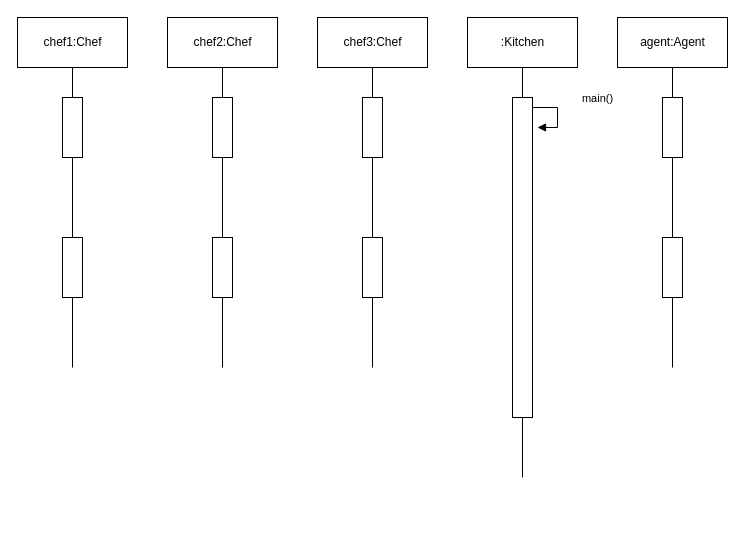
This is page "sequence-UML" (2 of 2) of UML.drawio from trong0dn/sandwich-problem, a draw.io file, before an edit. Source tidied: cells renumbered, new cells numbered last; positions are measured from the earlier drawing's top-left corner, leaving out a move shared by most shapes. Both pictures are drawn from the tidied source at 100%, with x=0, y=0 at pixel (17, 17).
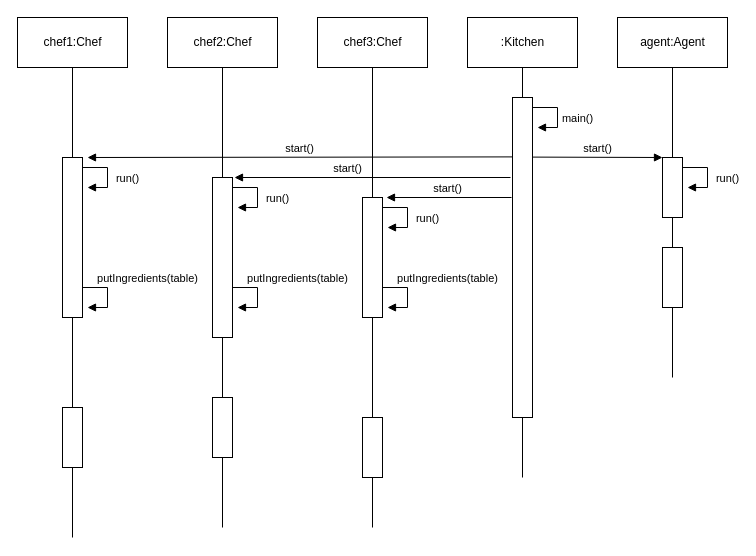
The same page after the edit.

The edit, as a diff of the source:
```diff
@@
     <mxCell id="4" style="rounded=0;whiteSpace=wrap;html=1;" parent="1" vertex="1">
-      <mxGeometry x="645" y="80" width="20" height="60" as="geometry" />
+      <mxGeometry x="645" y="140" width="20" height="60" as="geometry" />
     </mxCell>
     <mxCell id="5" style="rounded=0;whiteSpace=wrap;html=1;" parent="1" vertex="1">
-      <mxGeometry x="645" y="220" width="20" height="60" as="geometry" />
+      <mxGeometry x="645" y="230" width="20" height="60" as="geometry" />
     </mxCell>
@@
     <mxCell id="7" style="endArrow=none;html=1;rounded=0;" parent="1" edge="1" target="5">
       <mxGeometry relative="1" as="geometry">
-        <mxPoint x="655" y="350" as="sourcePoint" />
+        <mxPoint x="655" y="360" as="sourcePoint" />
       </mxGeometry>
     </mxCell>
@@
     <mxCell id="10" style="rounded=0;whiteSpace=wrap;html=1;" parent="1" vertex="1">
-      <mxGeometry x="45" y="80" width="20" height="60" as="geometry" />
+      <mxGeometry x="45" y="140" width="20" height="160" as="geometry" />
     </mxCell>
     <mxCell id="11" style="rounded=0;whiteSpace=wrap;html=1;" parent="1" vertex="1">
-      <mxGeometry x="45" y="220" width="20" height="60" as="geometry" />
+      <mxGeometry x="45" y="390" width="20" height="60" as="geometry" />
     </mxCell>
@@
     <mxCell id="13" style="endArrow=none;html=1;rounded=0;" parent="1" edge="1" target="11">
       <mxGeometry relative="1" as="geometry">
-        <mxPoint x="55" y="350" as="sourcePoint" />
+        <mxPoint x="55" y="520" as="sourcePoint" />
       </mxGeometry>
     </mxCell>
@@
     <mxCell id="16" style="rounded=0;whiteSpace=wrap;html=1;" parent="1" vertex="1">
-      <mxGeometry x="195" y="80" width="20" height="60" as="geometry" />
+      <mxGeometry x="195" y="160" width="20" height="160" as="geometry" />
     </mxCell>
     <mxCell id="17" style="rounded=0;whiteSpace=wrap;html=1;" parent="1" vertex="1">
-      <mxGeometry x="195" y="220" width="20" height="60" as="geometry" />
+      <mxGeometry x="195" y="380" width="20" height="60" as="geometry" />
     </mxCell>
@@
     <mxCell id="19" style="endArrow=none;html=1;rounded=0;" parent="1" edge="1" target="17">
       <mxGeometry relative="1" as="geometry">
-        <mxPoint x="205" y="350" as="sourcePoint" />
+        <mxPoint x="205" y="510" as="sourcePoint" />
       </mxGeometry>
     </mxCell>
@@
     <mxCell id="22" style="rounded=0;whiteSpace=wrap;html=1;" parent="1" vertex="1">
-      <mxGeometry x="345" y="80" width="20" height="60" as="geometry" />
+      <mxGeometry x="345" y="180" width="20" height="120" as="geometry" />
     </mxCell>
     <mxCell id="23" style="rounded=0;whiteSpace=wrap;html=1;" parent="1" vertex="1">
-      <mxGeometry x="345" y="220" width="20" height="60" as="geometry" />
+      <mxGeometry x="345" y="400" width="20" height="60" as="geometry" />
     </mxCell>
@@
     <mxCell id="25" style="endArrow=none;html=1;rounded=0;" parent="1" edge="1" target="23">
       <mxGeometry relative="1" as="geometry">
-        <mxPoint x="355" y="350" as="sourcePoint" />
+        <mxPoint x="355" y="510" as="sourcePoint" />
       </mxGeometry>
     </mxCell>
@@
     <mxCell id="30" value="main()" style="html=1;verticalAlign=bottom;endArrow=block;rounded=0;" parent="1" edge="1">
       <mxGeometry x="0.38" y="-20" relative="1" as="geometry">
         <mxPoint x="515" y="90" as="sourcePoint" />
         <mxPoint x="520" y="110" as="targetPoint" />
         <Array as="points">
           <mxPoint x="540" y="90" />
           <mxPoint x="540" y="110" />
         </Array>
-        <mxPoint x="40" as="offset" />
+        <mxPoint x="20" y="20" as="offset" />
       </mxGeometry>
     </mxCell>
+    <mxCell id="31" value="start()" style="html=1;verticalAlign=bottom;endArrow=block;rounded=0;entryX=0;entryY=0;entryDx=0;entryDy=0;" parent="1" edge="1">
+      <mxGeometry relative="1" as="geometry">
+        <mxPoint x="515" y="139.6" as="sourcePoint" />
+        <mxPoint x="645" y="140" as="targetPoint" />
+      </mxGeometry>
+    </mxCell>
+    <mxCell id="32" value="start()" style="html=1;verticalAlign=bottom;endArrow=block;rounded=0;" parent="1" edge="1">
+      <mxGeometry relative="1" as="geometry">
+        <mxPoint x="495" y="139.4" as="sourcePoint" />
+        <mxPoint x="70" y="140" as="targetPoint" />
+      </mxGeometry>
+    </mxCell>
+    <mxCell id="33" value="start()" style="html=1;verticalAlign=bottom;endArrow=block;rounded=0;" parent="1" edge="1">
+      <mxGeometry x="0.18" relative="1" as="geometry">
+        <mxPoint x="493" y="160" as="sourcePoint" />
+        <mxPoint x="217" y="160" as="targetPoint" />
+      </mxGeometry>
+    </mxCell>
+    <mxCell id="34" value="start()" style="html=1;verticalAlign=bottom;endArrow=block;rounded=0;" parent="1" edge="1">
+      <mxGeometry x="0.02" relative="1" as="geometry">
+        <mxPoint x="494" y="180" as="sourcePoint" />
+        <mxPoint x="369" y="180" as="targetPoint" />
+      </mxGeometry>
+    </mxCell>
+    <mxCell id="35" value="run()" style="html=1;verticalAlign=bottom;endArrow=block;rounded=0;" parent="1" edge="1">
+      <mxGeometry x="0.38" y="-20" relative="1" as="geometry">
+        <mxPoint x="665" y="150" as="sourcePoint" />
+        <mxPoint x="670" y="170" as="targetPoint" />
+        <Array as="points">
+          <mxPoint x="690" y="150" />
+          <mxPoint x="690" y="170" />
+        </Array>
+        <mxPoint x="20" y="20" as="offset" />
+      </mxGeometry>
+    </mxCell>
+    <mxCell id="36" value="run()" style="html=1;verticalAlign=bottom;endArrow=block;rounded=0;" parent="1" edge="1">
+      <mxGeometry x="0.38" y="-20" relative="1" as="geometry">
+        <mxPoint x="365" y="190" as="sourcePoint" />
+        <mxPoint x="370" y="210" as="targetPoint" />
+        <Array as="points">
+          <mxPoint x="390" y="190" />
+          <mxPoint x="390" y="210" />
+        </Array>
+        <mxPoint x="20" y="20" as="offset" />
+      </mxGeometry>
+    </mxCell>
+    <mxCell id="37" value="run()" style="html=1;verticalAlign=bottom;endArrow=block;rounded=0;" parent="1" edge="1">
+      <mxGeometry x="0.38" y="-20" relative="1" as="geometry">
+        <mxPoint x="215" y="170" as="sourcePoint" />
+        <mxPoint x="220" y="190" as="targetPoint" />
+        <Array as="points">
+          <mxPoint x="240" y="170" />
+          <mxPoint x="240" y="190" />
+        </Array>
+        <mxPoint x="20" y="20" as="offset" />
+      </mxGeometry>
+    </mxCell>
+    <mxCell id="38" value="run()" style="html=1;verticalAlign=bottom;endArrow=block;rounded=0;" parent="1" edge="1">
+      <mxGeometry x="0.38" y="-20" relative="1" as="geometry">
+        <mxPoint x="65" y="150" as="sourcePoint" />
+        <mxPoint x="70" y="170" as="targetPoint" />
+        <Array as="points">
+          <mxPoint x="90" y="150" />
+          <mxPoint x="90" y="170" />
+        </Array>
+        <mxPoint x="20" y="20" as="offset" />
+      </mxGeometry>
+    </mxCell>
+    <mxCell id="39" value="putIngredients(table)" style="html=1;verticalAlign=bottom;endArrow=block;rounded=0;" parent="1" edge="1">
+      <mxGeometry x="-0.23" y="40" relative="1" as="geometry">
+        <mxPoint x="65" y="270" as="sourcePoint" />
+        <mxPoint x="70" y="290" as="targetPoint" />
+        <Array as="points">
+          <mxPoint x="90" y="270" />
+          <mxPoint x="90" y="290" />
+        </Array>
+      </mxGeometry>
+    </mxCell>
+    <mxCell id="40" value="putIngredients(table)" style="html=1;verticalAlign=bottom;endArrow=block;rounded=0;" parent="1" edge="1">
+      <mxGeometry x="-0.23" y="40" relative="1" as="geometry">
+        <mxPoint x="215" y="270" as="sourcePoint" />
+        <mxPoint x="220" y="290" as="targetPoint" />
+        <Array as="points">
+          <mxPoint x="240" y="270" />
+          <mxPoint x="240" y="290" />
+        </Array>
+      </mxGeometry>
+    </mxCell>
+    <mxCell id="41" value="putIngredients(table)" style="html=1;verticalAlign=bottom;endArrow=block;rounded=0;fontStyle=0;" parent="1" edge="1">
+      <mxGeometry x="-0.23" y="40" relative="1" as="geometry">
+        <mxPoint x="365" y="270" as="sourcePoint" />
+        <mxPoint x="370" y="290" as="targetPoint" />
+        <Array as="points">
+          <mxPoint x="390" y="270" />
+          <mxPoint x="390" y="290" />
+        </Array>
+      </mxGeometry>
+    </mxCell>
```
